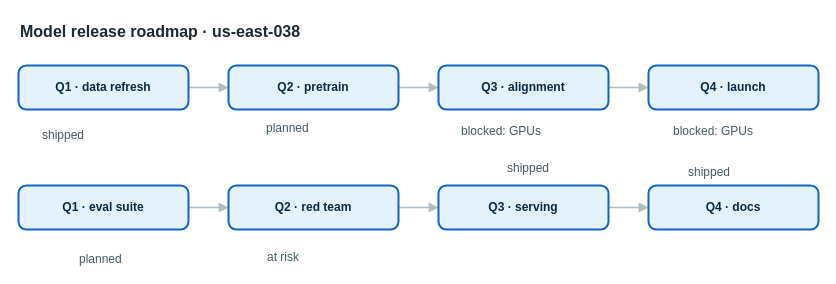
Earlier version of the draw.io diagram apps/web/public/samples/library/038-model-release-roadmap.drawio (AryanG01/open-apprentice). Source tidied: cells renumbered, new cells numbered last; positions are measured from the earlier drawing's top-left corner, leaving out a move shared by most shapes. Both pictures are drawn from the tidied source at 100%, with x=0, y=0 at pixel (18, 17).
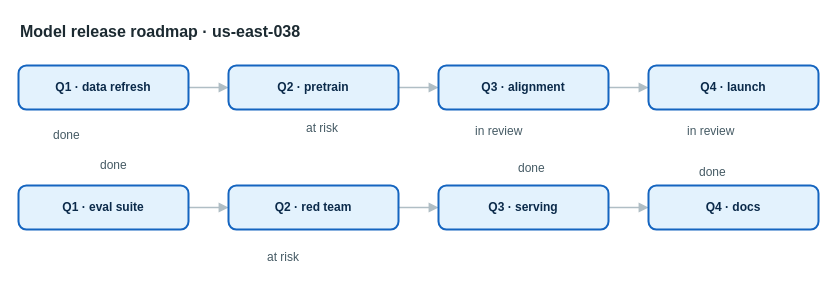
Above is the later version.

The edit, as a diff of the source:
```diff
@@
-    <mxCell id="17" value="shipped" style="text;html=1;align=left;verticalAlign=top;whiteSpace=nowrap;spacing=0;spacingTop=0;strokeColor=none;fillColor=none;fontSize=12;fontColor=#455a64;" parent="1" vertex="1">
-      <mxGeometry x="24" y="106" width="61" height="20" as="geometry" />
+    <mxCell id="17" value="done" style="text;html=1;align=left;verticalAlign=top;whiteSpace=nowrap;spacing=0;spacingTop=0;strokeColor=none;fillColor=none;fontSize=12;fontColor=#455a64;" parent="1" vertex="1">
+      <mxGeometry x="35" y="106" width="40" height="20" as="geometry" />
     </mxCell>
-    <mxCell id="18" value="planned" style="text;html=1;align=left;verticalAlign=top;whiteSpace=nowrap;spacing=0;spacingTop=0;strokeColor=none;fillColor=none;fontSize=12;fontColor=#455a64;" parent="1" vertex="1">
-      <mxGeometry x="248" y="99" width="61" height="20" as="geometry" />
+    <mxCell id="18" value="at risk" style="text;html=1;align=left;verticalAlign=top;whiteSpace=nowrap;spacing=0;spacingTop=0;strokeColor=none;fillColor=none;fontSize=12;fontColor=#455a64;" parent="1" vertex="1">
+      <mxGeometry x="288" y="99" width="61" height="20" as="geometry" />
     </mxCell>
-    <mxCell id="19" value="blocked: GPUs" style="text;html=1;align=left;verticalAlign=top;whiteSpace=nowrap;spacing=0;spacingTop=0;strokeColor=none;fillColor=none;fontSize=12;fontColor=#455a64;" parent="1" vertex="1">
-      <mxGeometry x="443" y="102" width="103" height="20" as="geometry" />
+    <mxCell id="19" value="in review" style="text;html=1;align=left;verticalAlign=top;whiteSpace=nowrap;spacing=0;spacingTop=0;strokeColor=none;fillColor=none;fontSize=12;fontColor=#455a64;" parent="1" vertex="1">
+      <mxGeometry x="457" y="102" width="75" height="20" as="geometry" />
     </mxCell>
-    <mxCell id="20" value="blocked: GPUs" style="text;html=1;align=left;verticalAlign=top;whiteSpace=nowrap;spacing=0;spacingTop=0;strokeColor=none;fillColor=none;fontSize=12;fontColor=#455a64;" parent="1" vertex="1">
-      <mxGeometry x="655" y="102" width="103" height="20" as="geometry" />
+    <mxCell id="20" value="in review" style="text;html=1;align=left;verticalAlign=top;whiteSpace=nowrap;spacing=0;spacingTop=0;strokeColor=none;fillColor=none;fontSize=12;fontColor=#455a64;" parent="1" vertex="1">
+      <mxGeometry x="669" y="102" width="75" height="20" as="geometry" />
     </mxCell>
-    <mxCell id="21" value="planned" style="text;html=1;align=left;verticalAlign=top;whiteSpace=nowrap;spacing=0;spacingTop=0;strokeColor=none;fillColor=none;fontSize=12;fontColor=#455a64;" parent="1" vertex="1">
-      <mxGeometry x="61" y="230" width="61" height="20" as="geometry" />
+    <mxCell id="21" value="done" style="text;html=1;align=left;verticalAlign=top;whiteSpace=nowrap;spacing=0;spacingTop=0;strokeColor=none;fillColor=none;fontSize=12;fontColor=#455a64;" parent="1" vertex="1">
+      <mxGeometry x="82" y="136" width="40" height="20" as="geometry" />
     </mxCell>
@@
-    <mxCell id="23" value="shipped" style="text;html=1;align=left;verticalAlign=top;whiteSpace=nowrap;spacing=0;spacingTop=0;strokeColor=none;fillColor=none;fontSize=12;fontColor=#455a64;" parent="1" vertex="1">
-      <mxGeometry x="489" y="139" width="61" height="20" as="geometry" />
+    <mxCell id="23" value="done" style="text;html=1;align=left;verticalAlign=top;whiteSpace=nowrap;spacing=0;spacingTop=0;strokeColor=none;fillColor=none;fontSize=12;fontColor=#455a64;" parent="1" vertex="1">
+      <mxGeometry x="500" y="139" width="40" height="20" as="geometry" />
     </mxCell>
-    <mxCell id="24" value="shipped" style="text;html=1;align=left;verticalAlign=top;whiteSpace=nowrap;spacing=0;spacingTop=0;strokeColor=none;fillColor=none;fontSize=12;fontColor=#455a64;" parent="1" vertex="1">
-      <mxGeometry x="670" y="143" width="61" height="20" as="geometry" />
+    <mxCell id="24" value="done" style="text;html=1;align=left;verticalAlign=top;whiteSpace=nowrap;spacing=0;spacingTop=0;strokeColor=none;fillColor=none;fontSize=12;fontColor=#455a64;" parent="1" vertex="1">
+      <mxGeometry x="681" y="143" width="40" height="20" as="geometry" />
     </mxCell>
```
